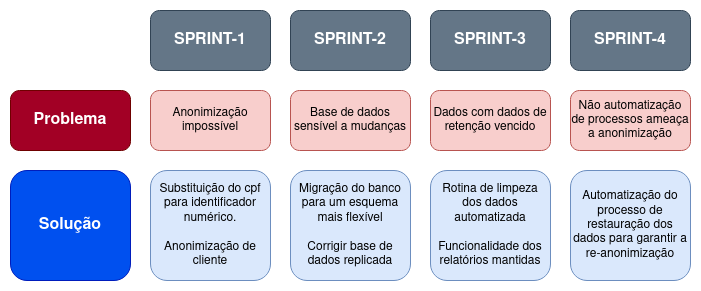
Before: docs/problemas-solucoes.png, a diagram exported from draw.io (isabellefo/lgpd). Source tidied: cells renumbered, new cells last; positions are measured from the earlier drawing's top-left corner, leaving out a move shared by most shapes.
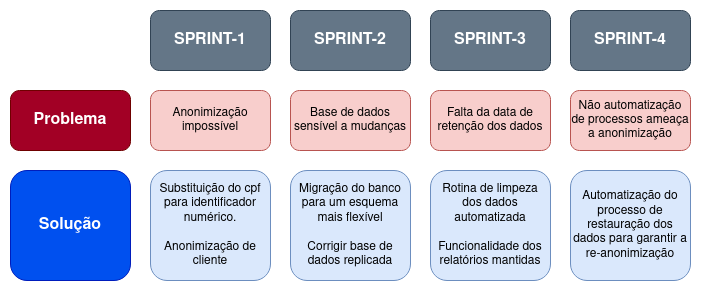
The same diagram one commit later.

The edit, as a diff of the source:
```diff
@@ -23,7 +23,7 @@
     <mxCell id="8" value="&lt;div&gt;Rotina de limpeza dos dados automatizada&lt;/div&gt;&lt;div&gt;&lt;br&gt;&lt;/div&gt;&lt;div&gt;Funcionalidade dos relatórios mantidas&lt;br&gt;&lt;/div&gt;" style="rounded=1;whiteSpace=wrap;html=1;fillColor=#dae8fc;strokeColor=#6c8ebf;" parent="1" vertex="1">
       <mxGeometry x="420" y="160" width="120" height="110" as="geometry" />
     </mxCell>
-    <mxCell id="9" value="Dados com dados de retenção vencido" style="rounded=1;whiteSpace=wrap;html=1;fillColor=#f8cecc;strokeColor=#b85450;" parent="1" vertex="1">
+    <mxCell id="9" value="Falta da data de retenção dos dados" style="rounded=1;whiteSpace=wrap;html=1;fillColor=#f8cecc;strokeColor=#b85450;" parent="1" vertex="1">
       <mxGeometry x="420" y="80" width="120" height="60" as="geometry" />
     </mxCell>
     <mxCell id="10" value="Não automatização de processos ameaça a anonimização" style="rounded=1;whiteSpace=wrap;html=1;fillColor=#f8cecc;strokeColor=#b85450;" parent="1" vertex="1">
```
